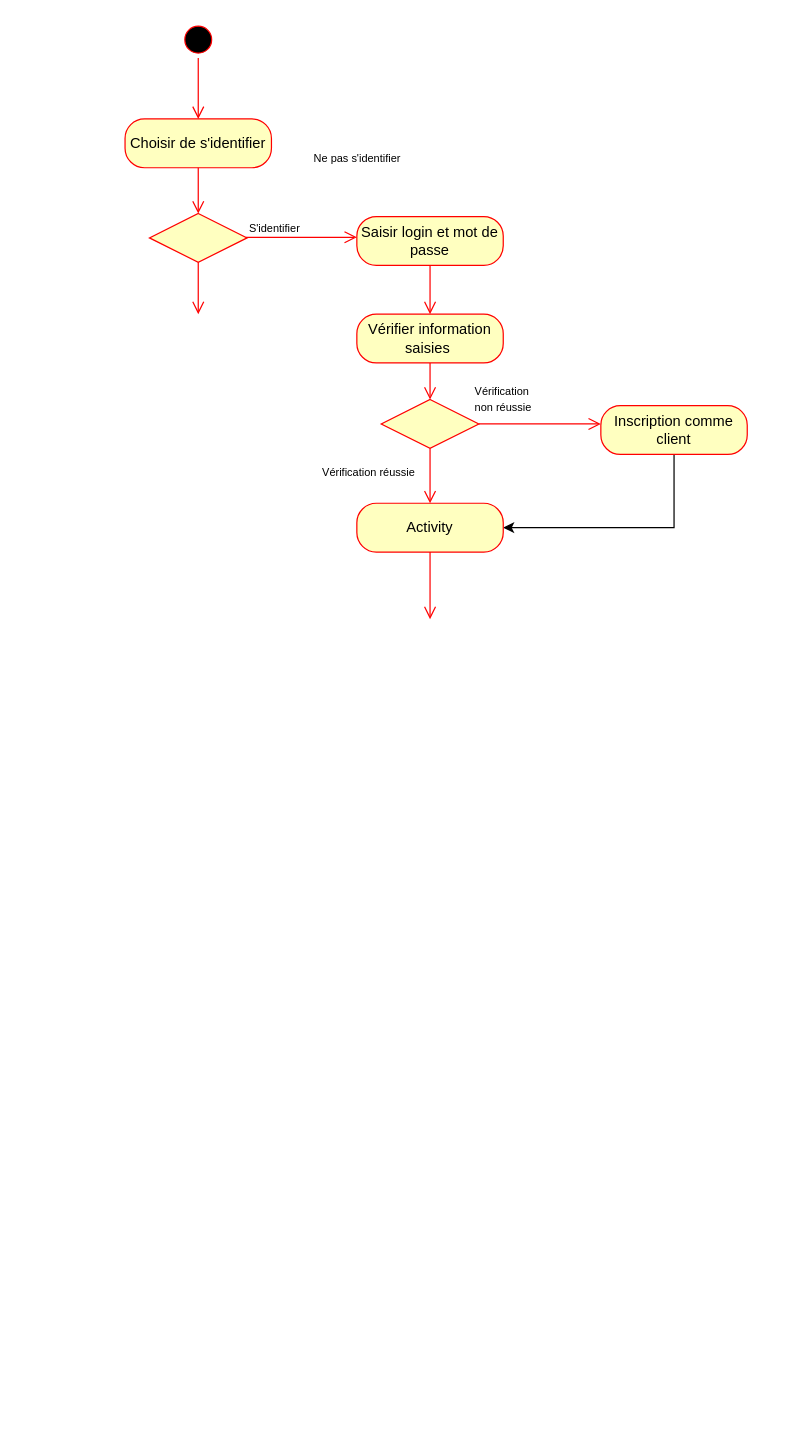
Earlier version of the draw.io diagram page "Use-Case Passer une commande" (5 of 5) of P5-UseCase-definotion.drawio (Ketut38/OC-P5-Pizza). Source tidied: cells renumbered, new cells numbered last; positions are measured from the earlier drawing's top-left corner, leaving out a move shared by most shapes. Both pictures are drawn from the tidied source at 122%, with x=0, y=0 at pixel (124, 21).
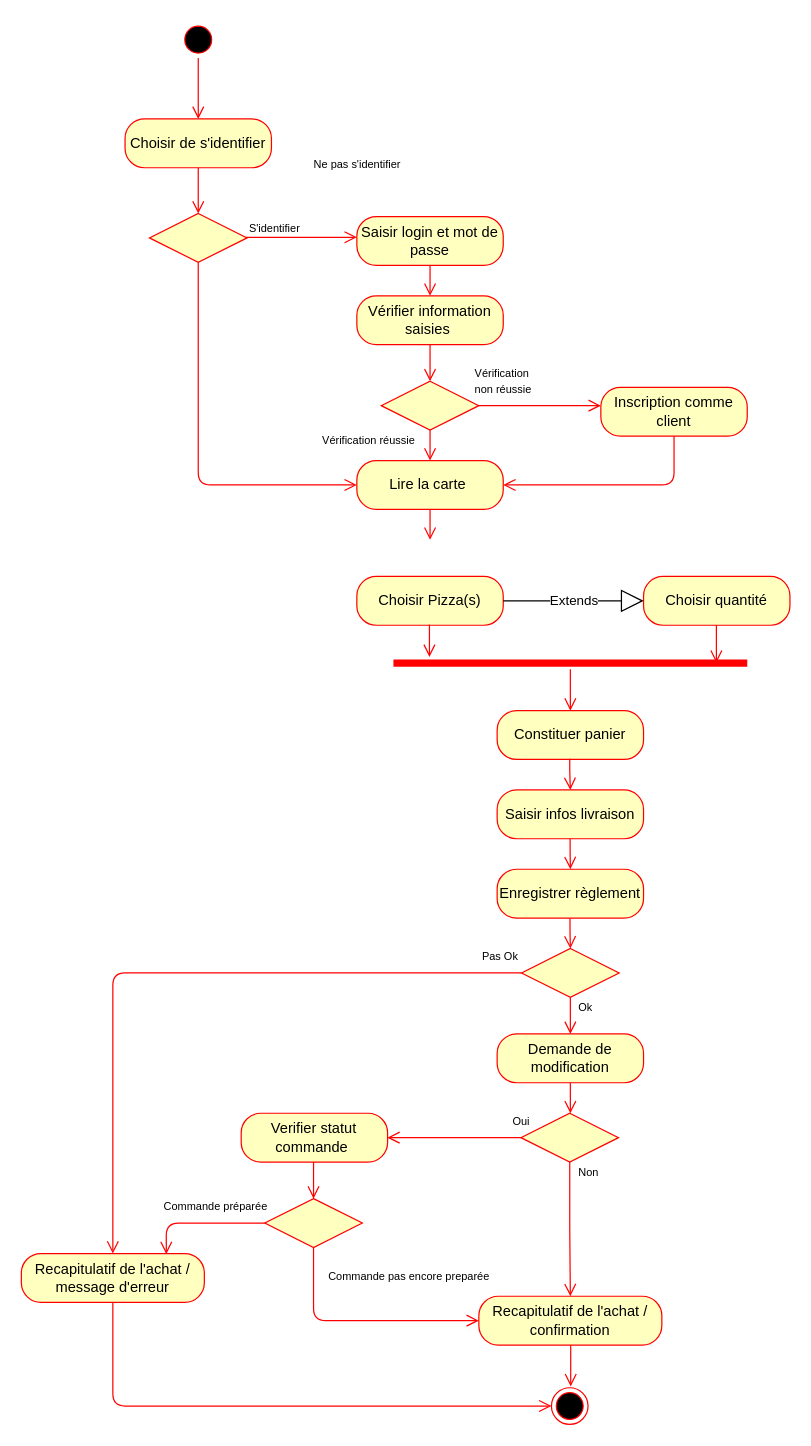
Above is the later version.

Unchanged cells that the change refers to:
```xml
<mxCell id="4" value="Saisir login et mot de passe" style="rounded=1;whiteSpace=wrap;html=1;arcSize=40;fontColor=#000000;fillColor=#ffffc0;strokeColor=#ff0000;" parent="1" vertex="1">
  <mxGeometry x="190" y="160" width="120" height="40" as="geometry" />
</mxCell>
<mxCell id="13" style="rhombus;whiteSpace=wrap;html=1;fillColor=#ffffc0;strokeColor=#ff0000;" parent="1" vertex="1">
  <mxGeometry x="20" y="157.5" width="80" height="40" as="geometry" />
</mxCell>
```

Diff of the diagram source:
```diff
@@
     <mxCell id="5" style="edgeStyle=orthogonalEdgeStyle;html=1;verticalAlign=bottom;endArrow=open;endSize=8;strokeColor=#ff0000;" parent="1" edge="1" source="4">
       <mxGeometry relative="1" as="geometry">
-        <mxPoint x="250" y="240" as="targetPoint" />
+        <mxPoint x="250" y="225" as="targetPoint" />
+        <Array as="points">
+          <mxPoint x="250" y="210" />
+          <mxPoint x="250" y="210" />
+        </Array>
       </mxGeometry>
     </mxCell>
     <mxCell id="6" style="rhombus;whiteSpace=wrap;html=1;fillColor=#ffffc0;strokeColor=#ff0000;" parent="1" vertex="1">
-      <mxGeometry x="210" y="310" width="80" height="40" as="geometry" />
+      <mxGeometry x="210" y="295" width="80" height="40" as="geometry" />
     </mxCell>
     <mxCell id="7" value="&lt;font style=&quot;font-size: 9px&quot;&gt;Vérification&amp;nbsp;&lt;br&gt;non réussie&lt;/font&gt;" style="edgeStyle=orthogonalEdgeStyle;html=1;align=left;verticalAlign=bottom;endArrow=open;endSize=8;strokeColor=#ff0000;" parent="1" edge="1">
       <mxGeometry x="-1" y="7" relative="1" as="geometry">
-        <mxPoint x="290" y="330" as="sourcePoint" />
-        <mxPoint x="390" y="330" as="targetPoint" />
+        <mxPoint x="290" y="315" as="sourcePoint" />
+        <mxPoint x="390" y="315" as="targetPoint" />
         <Array as="points">
-          <mxPoint x="325" y="330" />
-          <mxPoint x="325" y="330" />
+          <mxPoint x="325" y="315" />
+          <mxPoint x="325" y="315" />
         </Array>
         <mxPoint x="-5" y="2" as="offset" />
       </mxGeometry>
     </mxCell>
-    <mxCell id="8" value="&lt;font style=&quot;font-size: 9px&quot;&gt;Vérification réussie&lt;/font&gt;" style="edgeStyle=orthogonalEdgeStyle;html=1;align=left;verticalAlign=top;endArrow=open;endSize=8;strokeColor=#ff0000;entryX=0.5;entryY=0;entryDx=0;entryDy=0;" parent="1" edge="1" source="6" target="18">
-      <mxGeometry x="-0.75" y="-90" relative="1" as="geometry" />
+    <mxCell id="8" value="&lt;font style=&quot;font-size: 9px&quot;&gt;Vérification réussie&lt;/font&gt;" style="edgeStyle=orthogonalEdgeStyle;html=1;align=left;verticalAlign=top;endArrow=open;endSize=8;strokeColor=#ff0000;" parent="1" edge="1" source="6">
+      <mxGeometry x="-0.19" y="-91" relative="1" as="geometry">
+        <mxPoint x="250" y="360" as="targetPoint" />
+        <Array as="points">
+          <mxPoint x="250" y="345" />
+          <mxPoint x="250" y="345" />
+        </Array>
+        <mxPoint x="1" y="-15" as="offset" />
+      </mxGeometry>
     </mxCell>
     <mxCell id="9" value="Vérifier information saisies&amp;nbsp;" style="rounded=1;whiteSpace=wrap;html=1;arcSize=40;fontColor=#000000;fillColor=#ffffc0;strokeColor=#ff0000;" parent="1" vertex="1">
-      <mxGeometry x="190" y="240" width="120" height="40" as="geometry" />
+      <mxGeometry x="190" y="225" width="120" height="40" as="geometry" />
     </mxCell>
-    <mxCell id="10" style="edgeStyle=orthogonalEdgeStyle;html=1;verticalAlign=bottom;endArrow=open;endSize=8;strokeColor=#ff0000;" parent="1" edge="1" source="9">
-      <mxGeometry relative="1" as="geometry">
-        <mxPoint x="250" y="310" as="targetPoint" />
-      </mxGeometry>
+    <mxCell id="10" style="edgeStyle=orthogonalEdgeStyle;html=1;verticalAlign=bottom;endArrow=open;endSize=8;strokeColor=#ff0000;entryX=0.5;entryY=0;entryDx=0;entryDy=0;" parent="1" edge="1" source="9" target="6">
+      <mxGeometry relative="1" as="geometry" />
     </mxCell>
@@
     <mxCell id="14" value="&lt;font style=&quot;font-size: 9px&quot;&gt;Ne pas s'identifier&lt;/font&gt;" style="edgeStyle=orthogonalEdgeStyle;html=1;align=left;verticalAlign=bottom;endArrow=open;endSize=8;strokeColor=#ff0000;" parent="1" edge="1" source="13">
-      <mxGeometry y="93" relative="1" as="geometry">
+      <mxGeometry y="88" relative="1" as="geometry">
         <mxPoint x="190" y="177" as="targetPoint" />
         <mxPoint x="8" y="37" as="offset" />
       </mxGeometry>
     </mxCell>
-    <mxCell id="15" value="&lt;font style=&quot;font-size: 9px&quot;&gt;S'identifier&lt;/font&gt;" style="edgeStyle=orthogonalEdgeStyle;html=1;align=left;verticalAlign=top;endArrow=open;endSize=8;strokeColor=#ff0000;" parent="1" edge="1" source="13">
+    <mxCell id="15" value="&lt;font style=&quot;font-size: 9px&quot;&gt;S'identifier&lt;/font&gt;" style="edgeStyle=orthogonalEdgeStyle;html=1;align=left;verticalAlign=top;endArrow=open;endSize=8;strokeColor=#ff0000;entryX=0;entryY=0.5;entryDx=0;entryDy=0;" parent="1" edge="1" source="13" target="18">
       <mxGeometry x="-1" y="58" relative="1" as="geometry">
-        <mxPoint x="60" y="240" as="targetPoint" />
+        <Array as="points">
+          <mxPoint x="60" y="380" />
+        </Array>
         <mxPoint x="-18" y="-42" as="offset" />
       </mxGeometry>
     </mxCell>
-    <mxCell id="16" style="edgeStyle=orthogonalEdgeStyle;rounded=0;jettySize=auto;html=1;entryX=1;entryY=0.5;entryDx=0;entryDy=0;" parent="1" edge="1" source="17" target="18">
-      <mxGeometry relative="1" as="geometry">
-        <Array as="points">
-          <mxPoint x="450" y="415" />
-        </Array>
-      </mxGeometry>
-    </mxCell>
     <mxCell id="17" value="Inscription comme client" style="rounded=1;whiteSpace=wrap;html=1;arcSize=40;fontColor=#000000;fillColor=#ffffc0;strokeColor=#ff0000;" parent="1" vertex="1">
-      <mxGeometry x="390" y="315" width="120" height="40" as="geometry" />
+      <mxGeometry x="390" y="300" width="120" height="40" as="geometry" />
     </mxCell>
-    <mxCell id="18" value="Activity" style="rounded=1;whiteSpace=wrap;html=1;arcSize=40;fontColor=#000000;fillColor=#ffffc0;strokeColor=#ff0000;" parent="1" vertex="1">
-      <mxGeometry x="190" y="395" width="120" height="40" as="geometry" />
+    <mxCell id="18" value="Lire la carte&amp;nbsp;" style="rounded=1;whiteSpace=wrap;html=1;arcSize=40;fontColor=#000000;fillColor=#ffffc0;strokeColor=#ff0000;" parent="1" vertex="1">
+      <mxGeometry x="190" y="360" width="120" height="40" as="geometry" />
     </mxCell>
-    <mxCell id="19" style="edgeStyle=orthogonalEdgeStyle;html=1;verticalAlign=bottom;endArrow=open;endSize=8;strokeColor=#ff0000;" parent="1" edge="1" source="18">
+    <mxCell id="19" style="edgeStyle=orthogonalEdgeStyle;html=1;verticalAlign=bottom;endArrow=open;endSize=8;strokeColor=#ff0000;exitX=0.5;exitY=1;exitDx=0;exitDy=0;" parent="1" edge="1" source="18">
       <mxGeometry relative="1" as="geometry">
-        <mxPoint x="250" y="490" as="targetPoint" />
+        <mxPoint x="250" y="425" as="targetPoint" />
         <Array as="points">
-          <mxPoint x="250" y="490" />
+          <mxPoint x="250" y="410" />
+          <mxPoint x="250" y="410" />
         </Array>
       </mxGeometry>
     </mxCell>
+    <mxCell id="20" style="edgeStyle=orthogonalEdgeStyle;html=1;verticalAlign=bottom;endArrow=open;endSize=8;strokeColor=#ff0000;exitX=0.5;exitY=1;exitDx=0;exitDy=0;" parent="1" edge="1" source="17">
+      <mxGeometry relative="1" as="geometry">
+        <mxPoint x="310" y="380" as="targetPoint" />
+        <Array as="points">
+          <mxPoint x="450" y="380" />
+        </Array>
+      </mxGeometry>
+    </mxCell>
+    <mxCell id="21" value="Choisir Pizza(s)" style="rounded=1;whiteSpace=wrap;html=1;arcSize=40;fontColor=#000000;fillColor=#ffffc0;strokeColor=#ff0000;" parent="1" vertex="1">
+      <mxGeometry x="190" y="455" width="120" height="40" as="geometry" />
+    </mxCell>
+    <mxCell id="22" style="edgeStyle=orthogonalEdgeStyle;html=1;verticalAlign=bottom;endArrow=open;endSize=8;strokeColor=#ff0000;" parent="1" edge="1" target="25">
+      <mxGeometry relative="1" as="geometry">
+        <mxPoint x="249.5" y="494.5" as="sourcePoint" />
+        <Array as="points">
+          <mxPoint x="249.5" y="509.5" />
+          <mxPoint x="249.5" y="509.5" />
+        </Array>
+      </mxGeometry>
+    </mxCell>
+    <mxCell id="23" value="Choisir quantité" style="rounded=1;whiteSpace=wrap;html=1;arcSize=40;fontColor=#000000;fillColor=#ffffc0;strokeColor=#ff0000;" parent="1" vertex="1">
+      <mxGeometry x="425" y="455" width="120" height="40" as="geometry" />
+    </mxCell>
+    <mxCell id="24" style="edgeStyle=orthogonalEdgeStyle;html=1;verticalAlign=bottom;endArrow=open;endSize=8;strokeColor=#ff0000;" parent="1" edge="1">
+      <mxGeometry relative="1" as="geometry">
+        <mxPoint x="484.7" y="495" as="sourcePoint" />
+        <mxPoint x="484.7" y="525.8" as="targetPoint" />
+        <Array as="points">
+          <mxPoint x="485" y="510" />
+          <mxPoint x="485" y="510" />
+        </Array>
+      </mxGeometry>
+    </mxCell>
+    <mxCell id="25" style="shape=line;html=1;strokeWidth=6;strokeColor=#ff0000;" parent="1" vertex="1">
+      <mxGeometry x="220" y="521" width="290" height="10" as="geometry" />
+    </mxCell>
+    <mxCell id="26" style="edgeStyle=orthogonalEdgeStyle;html=1;verticalAlign=bottom;endArrow=open;endSize=8;strokeColor=#ff0000;" parent="1" edge="1" source="25">
+      <mxGeometry relative="1" as="geometry">
+        <mxPoint x="365" y="565" as="targetPoint" />
+        <Array as="points">
+          <mxPoint x="365" y="545" />
+          <mxPoint x="365" y="545" />
+        </Array>
+      </mxGeometry>
+    </mxCell>
+    <mxCell id="27" value="Extends" style="endArrow=block;endSize=16;endFill=0;html=1;exitX=1;exitY=0.5;exitDx=0;exitDy=0;" parent="1" edge="1" source="21">
+      <mxGeometry relative="1" as="geometry">
+        <mxPoint x="425" y="475" as="targetPoint" />
+      </mxGeometry>
+    </mxCell>
+    <mxCell id="28" value="Constituer panier" style="rounded=1;whiteSpace=wrap;html=1;arcSize=40;fontColor=#000000;fillColor=#ffffc0;strokeColor=#ff0000;" parent="1" vertex="1">
+      <mxGeometry x="305" y="565" width="120" height="40" as="geometry" />
+    </mxCell>
+    <mxCell id="29" style="edgeStyle=orthogonalEdgeStyle;html=1;verticalAlign=bottom;endArrow=open;endSize=8;strokeColor=#ff0000;" parent="1" edge="1">
+      <mxGeometry relative="1" as="geometry">
+        <mxPoint x="364.5" y="604.5" as="sourcePoint" />
+        <mxPoint x="365" y="630" as="targetPoint" />
+        <Array as="points">
+          <mxPoint x="365" y="615" />
+        </Array>
+      </mxGeometry>
+    </mxCell>
+    <mxCell id="30" value="Saisir infos livraison" style="rounded=1;whiteSpace=wrap;html=1;arcSize=40;fontColor=#000000;fillColor=#ffffc0;strokeColor=#ff0000;" parent="1" vertex="1">
+      <mxGeometry x="305" y="630" width="120" height="40" as="geometry" />
+    </mxCell>
+    <mxCell id="31" style="edgeStyle=orthogonalEdgeStyle;html=1;verticalAlign=bottom;endArrow=open;endSize=8;strokeColor=#ff0000;" parent="1" edge="1">
+      <mxGeometry relative="1" as="geometry">
+        <mxPoint x="364.8" y="670" as="sourcePoint" />
+        <mxPoint x="365" y="695" as="targetPoint" />
+        <Array as="points">
+          <mxPoint x="365" y="680" />
+          <mxPoint x="365" y="680" />
+        </Array>
+      </mxGeometry>
+    </mxCell>
+    <mxCell id="32" value="Enregistrer règlement" style="rounded=1;whiteSpace=wrap;html=1;arcSize=40;fontColor=#000000;fillColor=#ffffc0;strokeColor=#ff0000;" parent="1" vertex="1">
+      <mxGeometry x="305" y="695" width="120" height="40" as="geometry" />
+    </mxCell>
+    <mxCell id="33" style="edgeStyle=orthogonalEdgeStyle;html=1;verticalAlign=bottom;endArrow=open;endSize=8;strokeColor=#ff0000;" parent="1" edge="1">
+      <mxGeometry relative="1" as="geometry">
+        <mxPoint x="364.7" y="735.3" as="sourcePoint" />
+        <mxPoint x="365" y="760" as="targetPoint" />
+        <Array as="points">
+          <mxPoint x="365" y="745" />
+          <mxPoint x="365" y="745" />
+        </Array>
+      </mxGeometry>
+    </mxCell>
+    <mxCell id="34" style="rhombus;whiteSpace=wrap;html=1;fillColor=#ffffc0;strokeColor=#ff0000;" parent="1" vertex="1">
+      <mxGeometry x="325" y="760" width="80" height="40" as="geometry" />
+    </mxCell>
+    <mxCell id="35" value="&lt;font style=&quot;font-size: 9px&quot;&gt;Pas Ok&lt;/font&gt;" style="edgeStyle=orthogonalEdgeStyle;html=1;align=left;verticalAlign=bottom;endArrow=open;endSize=8;strokeColor=#ff0000;entryX=0.5;entryY=0;entryDx=0;entryDy=0;" parent="1" edge="1" target="47">
+      <mxGeometry x="-0.88" y="-5" relative="1" as="geometry">
+        <mxPoint x="325" y="780" as="sourcePoint" />
+        <Array as="points">
+          <mxPoint x="-10" y="780" />
+        </Array>
+      </mxGeometry>
+    </mxCell>
+    <mxCell id="36" value="&lt;font style=&quot;font-size: 9px&quot;&gt;Ok&lt;/font&gt;" style="edgeStyle=orthogonalEdgeStyle;html=1;align=left;verticalAlign=top;endArrow=open;endSize=8;strokeColor=#ff0000;" parent="1" edge="1" source="34">
+      <mxGeometry x="-1" y="7" relative="1" as="geometry">
+        <mxPoint x="365" y="830" as="targetPoint" />
+        <Array as="points">
+          <mxPoint x="365" y="810" />
+          <mxPoint x="365" y="810" />
+        </Array>
+        <mxPoint x="-2" y="-5" as="offset" />
+      </mxGeometry>
+    </mxCell>
+    <mxCell id="37" value="Demande de modification" style="rounded=1;whiteSpace=wrap;html=1;arcSize=40;fontColor=#000000;fillColor=#ffffc0;strokeColor=#ff0000;" parent="1" vertex="1">
+      <mxGeometry x="305" y="830" width="120" height="40" as="geometry" />
+    </mxCell>
+    <mxCell id="38" style="edgeStyle=orthogonalEdgeStyle;html=1;verticalAlign=bottom;endArrow=open;endSize=8;strokeColor=#ff0000;" parent="1" edge="1">
+      <mxGeometry relative="1" as="geometry">
+        <mxPoint x="365" y="870.3" as="sourcePoint" />
+        <mxPoint x="365" y="895" as="targetPoint" />
+        <Array as="points">
+          <mxPoint x="365" y="880" />
+          <mxPoint x="365" y="880" />
+        </Array>
+      </mxGeometry>
+    </mxCell>
+    <mxCell id="39" style="rhombus;whiteSpace=wrap;html=1;fillColor=#ffffc0;strokeColor=#ff0000;" parent="1" vertex="1">
+      <mxGeometry x="324.5" y="895" width="80" height="40" as="geometry" />
+    </mxCell>
+    <mxCell id="40" value="&lt;font style=&quot;font-size: 9px&quot;&gt;Oui&lt;/font&gt;" style="edgeStyle=orthogonalEdgeStyle;html=1;align=left;verticalAlign=bottom;endArrow=open;endSize=8;strokeColor=#ff0000;exitX=0;exitY=0.5;exitDx=0;exitDy=0;" parent="1" edge="1" source="39">
+      <mxGeometry x="-0.83" y="-5" relative="1" as="geometry">
+        <mxPoint x="215" y="915" as="targetPoint" />
+        <Array as="points">
+          <mxPoint x="310" y="915" />
+          <mxPoint x="310" y="915" />
+        </Array>
+      </mxGeometry>
+    </mxCell>
+    <mxCell id="41" value="&lt;font style=&quot;font-size: 9px&quot;&gt;Non&lt;/font&gt;" style="edgeStyle=orthogonalEdgeStyle;html=1;align=left;verticalAlign=top;endArrow=open;endSize=8;strokeColor=#ff0000;entryX=0.5;entryY=0;entryDx=0;entryDy=0;" parent="1" edge="1" source="39" target="49">
+      <mxGeometry x="-1" y="7" relative="1" as="geometry">
+        <mxPoint x="-2" y="-5" as="offset" />
+      </mxGeometry>
+    </mxCell>
+    <mxCell id="42" value="Verifier statut commande&amp;nbsp;" style="rounded=1;whiteSpace=wrap;html=1;arcSize=40;fontColor=#000000;fillColor=#ffffc0;strokeColor=#ff0000;" parent="1" vertex="1">
+      <mxGeometry x="95.2" y="895" width="120" height="40" as="geometry" />
+    </mxCell>
+    <mxCell id="43" style="edgeStyle=orthogonalEdgeStyle;html=1;verticalAlign=bottom;endArrow=open;endSize=8;strokeColor=#ff0000;entryX=0.5;entryY=0;entryDx=0;entryDy=0;" parent="1" edge="1" source="42" target="44">
+      <mxGeometry relative="1" as="geometry">
+        <Array as="points">
+          <mxPoint x="155" y="950" />
+        </Array>
+      </mxGeometry>
+    </mxCell>
+    <mxCell id="44" style="rhombus;whiteSpace=wrap;html=1;fillColor=#ffffc0;strokeColor=#ff0000;" parent="1" vertex="1">
+      <mxGeometry x="114.5" y="965" width="80" height="40" as="geometry" />
+    </mxCell>
+    <mxCell id="45" value="&lt;font style=&quot;font-size: 9px&quot;&gt;Commande préparée&lt;/font&gt;" style="edgeStyle=orthogonalEdgeStyle;html=1;align=left;verticalAlign=bottom;endArrow=open;endSize=8;strokeColor=#ff0000;exitX=0;exitY=0.5;exitDx=0;exitDy=0;entryX=0.792;entryY=0.012;entryDx=0;entryDy=0;entryPerimeter=0;" parent="1" edge="1" source="44" target="47">
+      <mxGeometry x="0.52" y="-6" relative="1" as="geometry">
+        <mxPoint x="2" y="-5" as="offset" />
+      </mxGeometry>
+    </mxCell>
+    <mxCell id="46" value="&lt;font style=&quot;font-size: 9px&quot;&gt;Commande pas encore preparée&lt;/font&gt;" style="edgeStyle=orthogonalEdgeStyle;html=1;align=left;verticalAlign=top;endArrow=open;endSize=8;strokeColor=#ff0000;entryX=0;entryY=0.5;entryDx=0;entryDy=0;" parent="1" edge="1" source="44" target="49">
+      <mxGeometry x="-0.28" y="50" relative="1" as="geometry">
+        <Array as="points">
+          <mxPoint x="154" y="1065" />
+        </Array>
+      </mxGeometry>
+    </mxCell>
+    <mxCell id="47" value="Recapitulatif de l'achat /&lt;br&gt;message d'erreur" style="rounded=1;whiteSpace=wrap;html=1;arcSize=40;fontColor=#000000;fillColor=#ffffc0;strokeColor=#ff0000;" parent="1" vertex="1">
+      <mxGeometry x="-85" y="1010" width="150" height="40" as="geometry" />
+    </mxCell>
+    <mxCell id="48" style="edgeStyle=orthogonalEdgeStyle;html=1;verticalAlign=bottom;endArrow=open;endSize=8;strokeColor=#ff0000;exitX=0.5;exitY=1;exitDx=0;exitDy=0;" parent="1" edge="1" source="47" target="50">
+      <mxGeometry relative="1" as="geometry">
+        <Array as="points">
+          <mxPoint x="-10" y="1135" />
+        </Array>
+      </mxGeometry>
+    </mxCell>
+    <mxCell id="49" value="Recapitulatif de l'achat /&lt;br&gt;confirmation" style="rounded=1;whiteSpace=wrap;html=1;arcSize=40;fontColor=#000000;fillColor=#ffffc0;strokeColor=#ff0000;" parent="1" vertex="1">
+      <mxGeometry x="290" y="1045" width="150" height="40" as="geometry" />
+    </mxCell>
+    <mxCell id="50" style="ellipse;html=1;shape=endState;fillColor=#000000;strokeColor=#ff0000;" parent="1" vertex="1">
+      <mxGeometry x="349.5" y="1120" width="30" height="30" as="geometry" />
+    </mxCell>
+    <mxCell id="51" style="edgeStyle=orthogonalEdgeStyle;html=1;verticalAlign=bottom;endArrow=open;endSize=8;strokeColor=#ff0000;" parent="1" edge="1">
+      <mxGeometry relative="1" as="geometry">
+        <mxPoint x="365.3" y="1085.1" as="sourcePoint" />
+        <mxPoint x="365.3" y="1118.9" as="targetPoint" />
+        <Array as="points">
+          <mxPoint x="365.5" y="1099.1" />
+          <mxPoint x="365.5" y="1099.1" />
+        </Array>
+      </mxGeometry>
+    </mxCell>
```
